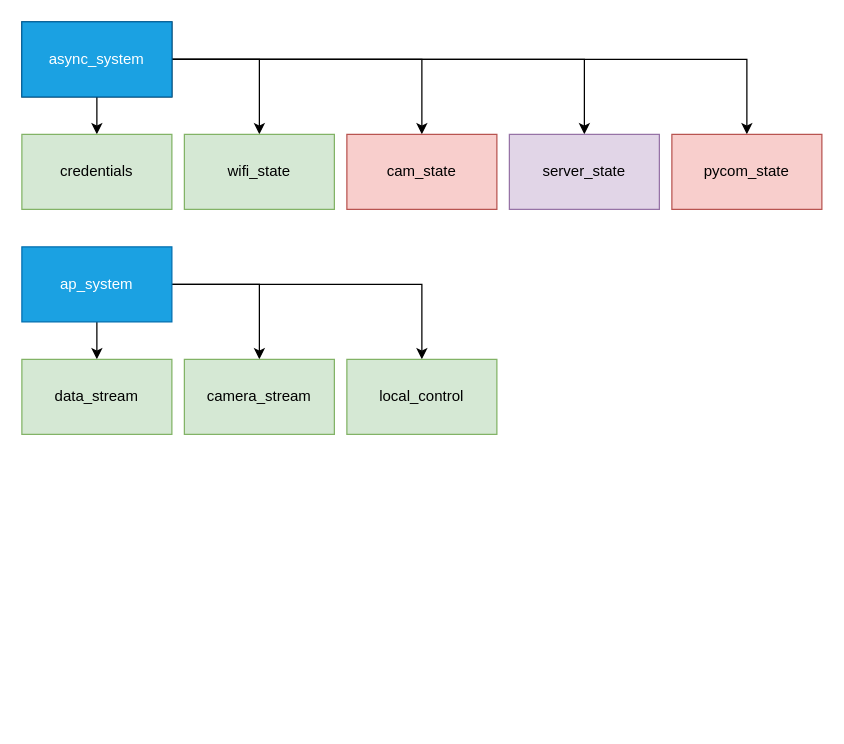
Earlier version of the draw.io diagram design_files/asmon2021.drawio (marsex/workbench). Source tidied: cells renumbered, new cells numbered last; positions are measured from the earlier drawing's top-left corner, leaving out a move shared by most shapes. Both pictures are drawn from the tidied source at 125%, with x=0, y=0 at pixel (21, 21).
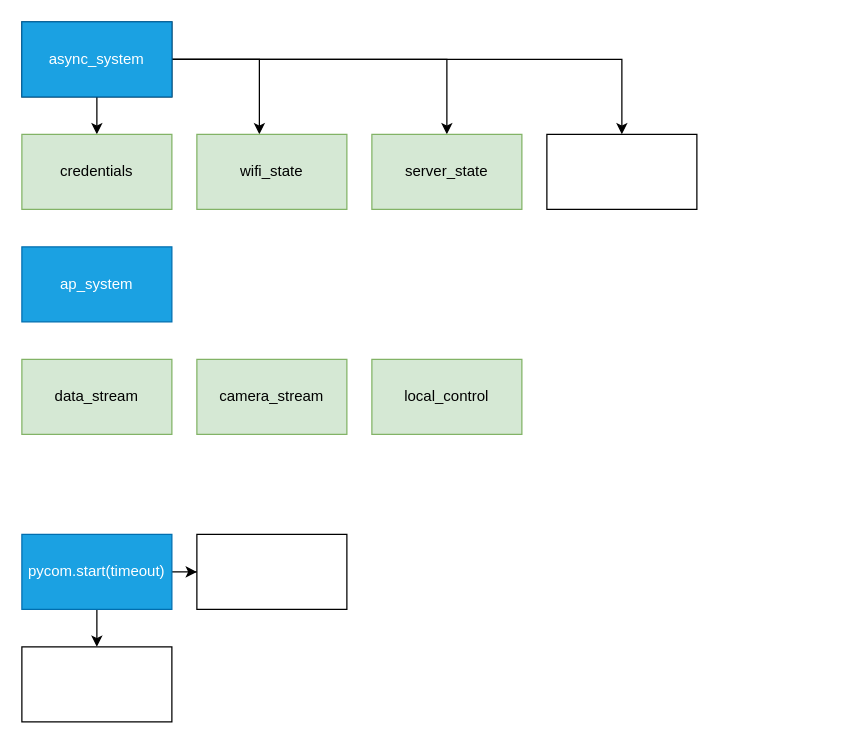
The same page after the edit.

Unchanged cells that the change refers to:
```xml
<mxCell id="5" value="ap_system" style="rounded=0;whiteSpace=wrap;html=1;fillColor=#1ba1e2;strokeColor=#006EAF;fontColor=#ffffff;" parent="1" vertex="1">
  <mxGeometry y="180" width="120" height="60" as="geometry" />
</mxCell>
<mxCell id="10" value="async_system" style="rounded=0;whiteSpace=wrap;html=1;" parent="1" vertex="1">
  <mxGeometry width="120" height="60" as="geometry" />
</mxCell>
<mxCell id="15" value="data_stream" style="rounded=0;whiteSpace=wrap;html=1;fillColor=#d5e8d4;strokeColor=#82b366;" parent="1" vertex="1">
  <mxGeometry y="270" width="120" height="60" as="geometry" />
</mxCell>
<mxCell id="19" value="async_system" style="rounded=0;whiteSpace=wrap;html=1;fillColor=#1ba1e2;strokeColor=#006EAF;fontColor=#ffffff;" parent="1" vertex="1">
  <mxGeometry width="120" height="60" as="geometry" />
</mxCell>
```

Change to the diagram source:
```diff
@@
-    <mxCell id="2" style="edgeStyle=orthogonalEdgeStyle;rounded=0;jettySize=auto;html=1;" parent="1" edge="1" source="5" target="15">
-      <mxGeometry relative="1" as="geometry" />
-    </mxCell>
-    <mxCell id="3" style="edgeStyle=orthogonalEdgeStyle;rounded=0;jettySize=auto;html=1;" parent="1" edge="1" source="5" target="16">
-      <mxGeometry relative="1" as="geometry" />
-    </mxCell>
-    <mxCell id="4" style="edgeStyle=orthogonalEdgeStyle;rounded=0;jettySize=auto;html=1;" parent="1" edge="1" source="5" target="17">
-      <mxGeometry relative="1" as="geometry" />
-    </mxCell>
@@
-    <mxCell id="8" style="edgeStyle=orthogonalEdgeStyle;rounded=0;jettySize=auto;html=1;" parent="1" edge="1" source="10" target="13">
-      <mxGeometry relative="1" as="geometry" />
-    </mxCell>
@@
     <mxCell id="12" value="wifi_state" style="rounded=0;whiteSpace=wrap;html=1;fillColor=#d5e8d4;strokeColor=#82b366;" parent="1" vertex="1">
-      <mxGeometry x="130" y="90" width="120" height="60" as="geometry" />
+      <mxGeometry x="140" y="90" width="120" height="60" as="geometry" />
     </mxCell>
-    <mxCell id="13" value="cam_state" style="rounded=0;whiteSpace=wrap;html=1;fillColor=#f8cecc;strokeColor=#b85450;" parent="1" vertex="1">
-      <mxGeometry x="260" y="90" width="120" height="60" as="geometry" />
-    </mxCell>
-    <mxCell id="14" value="server_state" style="rounded=0;whiteSpace=wrap;html=1;fillColor=#e1d5e7;strokeColor=#9673a6;" parent="1" vertex="1">
-      <mxGeometry x="390" y="90" width="120" height="60" as="geometry" />
+    <mxCell id="14" value="server_state" style="rounded=0;whiteSpace=wrap;html=1;fillColor=#d5e8d4;strokeColor=#82b366;" parent="1" vertex="1">
+      <mxGeometry x="280" y="90" width="120" height="60" as="geometry" />
     </mxCell>
@@
     <mxCell id="16" value="camera_stream" style="rounded=0;whiteSpace=wrap;html=1;fillColor=#d5e8d4;strokeColor=#82b366;" parent="1" vertex="1">
-      <mxGeometry x="130" y="270" width="120" height="60" as="geometry" />
+      <mxGeometry x="140" y="270" width="120" height="60" as="geometry" />
     </mxCell>
     <mxCell id="17" value="local_control" style="rounded=0;whiteSpace=wrap;html=1;fillColor=#d5e8d4;strokeColor=#82b366;" parent="1" vertex="1">
-      <mxGeometry x="260" y="270" width="120" height="60" as="geometry" />
+      <mxGeometry x="280" y="270" width="120" height="60" as="geometry" />
     </mxCell>
-    <mxCell id="18" style="edgeStyle=orthogonalEdgeStyle;rounded=0;jettySize=auto;html=1;" parent="1" edge="1" source="19" target="20">
-      <mxGeometry relative="1" as="geometry" />
-    </mxCell>
+    <mxCell id="21" style="edgeStyle=orthogonalEdgeStyle;rounded=0;jettySize=auto;html=1;entryX=0.5;entryY=0;entryDx=0;entryDy=0;" parent="1" edge="1" source="19" target="22">
+      <mxGeometry relative="1" as="geometry" />
+    </mxCell>
@@
-    <mxCell id="20" value="pycom_state" style="rounded=0;whiteSpace=wrap;html=1;fillColor=#f8cecc;strokeColor=#b85450;" parent="1" vertex="1">
-      <mxGeometry x="520" y="90" width="120" height="60" as="geometry" />
-    </mxCell>
+    <mxCell id="22" style="rounded=0;whiteSpace=wrap;html=1;" parent="1" vertex="1">
+      <mxGeometry x="420" y="90" width="120" height="60" as="geometry" />
+    </mxCell>
+    <mxCell id="23" style="edgeStyle=orthogonalEdgeStyle;rounded=0;jettySize=auto;html=1;" parent="1" edge="1" source="25" target="26">
+      <mxGeometry relative="1" as="geometry" />
+    </mxCell>
+    <mxCell id="24" style="edgeStyle=orthogonalEdgeStyle;rounded=0;jettySize=auto;html=1;entryX=0;entryY=0.5;entryDx=0;entryDy=0;" parent="1" edge="1" source="25" target="27">
+      <mxGeometry relative="1" as="geometry" />
+    </mxCell>
+    <mxCell id="25" value="pycom.start(timeout)" style="rounded=0;whiteSpace=wrap;html=1;fillColor=#1ba1e2;strokeColor=#006EAF;fontColor=#ffffff;" parent="1" vertex="1">
+      <mxGeometry y="410" width="120" height="60" as="geometry" />
+    </mxCell>
+    <mxCell id="26" style="rounded=0;whiteSpace=wrap;html=1;" parent="1" vertex="1">
+      <mxGeometry y="500" width="120" height="60" as="geometry" />
+    </mxCell>
+    <mxCell id="27" style="rounded=0;whiteSpace=wrap;html=1;" parent="1" vertex="1">
+      <mxGeometry x="140" y="410" width="120" height="60" as="geometry" />
+    </mxCell>
```
